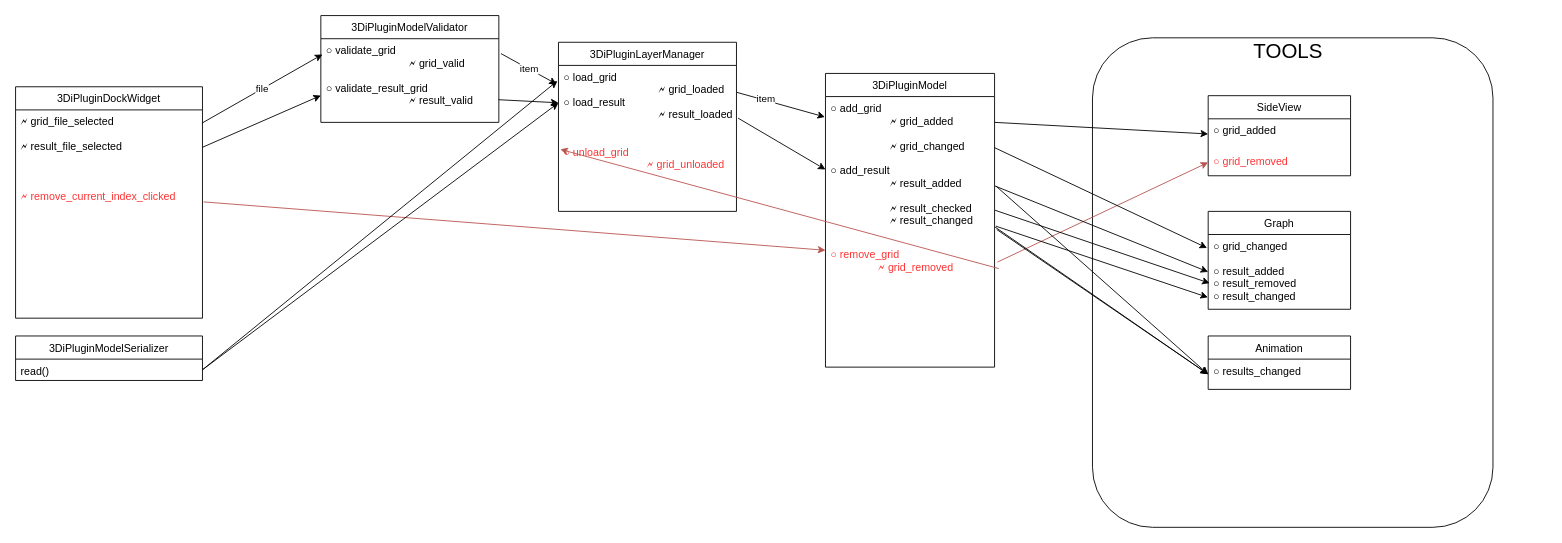
Above: doc/signals-slots.drawio in nens/threedi-results-analysis (draw.io), before the change. Source tidied: cells renumbered, new cells numbered last; positions are measured from the earlier drawing's top-left corner, leaving out a move shared by most shapes. Both pictures are drawn from the tidied source at 89%, with x=0, y=0 at pixel (15, 15).
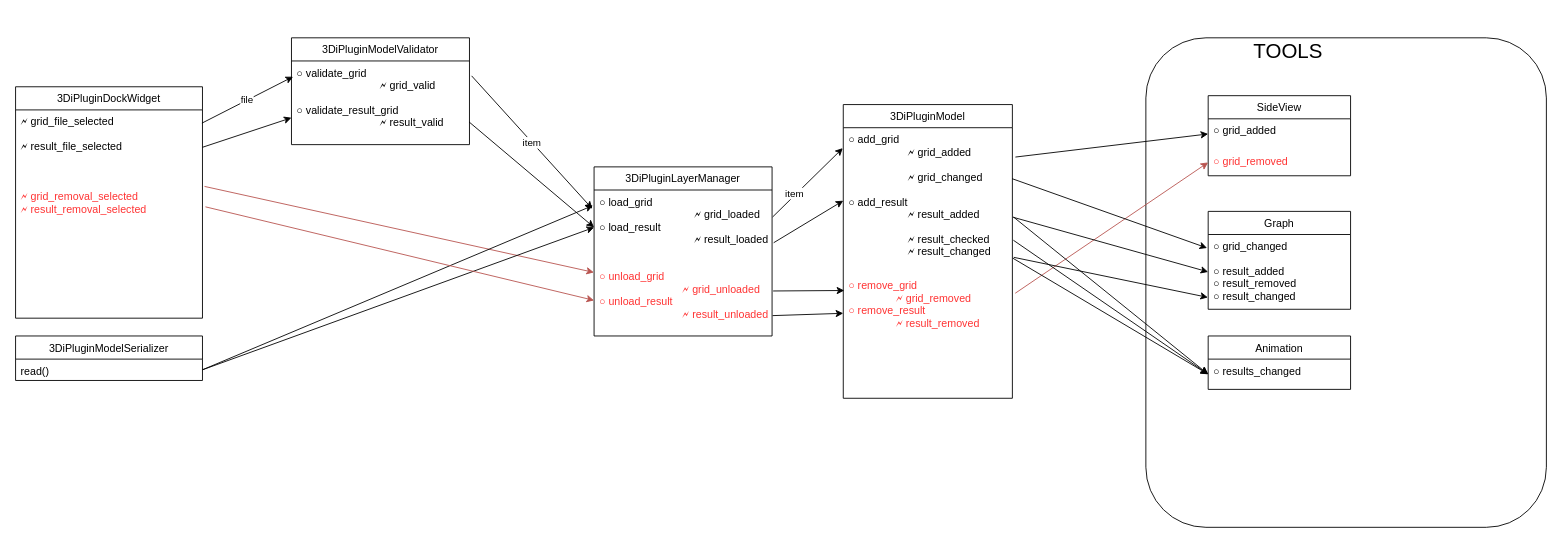
The same diagram, later.

Commit message (it also covers changes not shown here):
Changed removal order of signals (gui->loader->model)

Unchanged cells that the change refers to:
```xml
<mxCell id="3" value="3DiPluginDockWidget" style="swimlane;fontStyle=0;horizontal=1;startSize=26;fillColor=none;" parent="1" vertex="1">
  <mxGeometry y="80" width="210" height="260" as="geometry" />
</mxCell>
<mxCell id="7" value="○ add_grid&#10;                    🗲 grid_added&#10;&#10;                    🗲 grid_changed&#10;&#10;○ add_result&#10;                    🗲 result_added&#10;&#10;                    🗲 result_checked&#10;                    🗲 result_changed&#10;" style="text;strokeColor=none;fillColor=none;align=left;verticalAlign=top;spacingLeft=4;spacingRight=4;overflow=hidden;points=[[0,0.5],[1,0.5]];portConstraint=eastwest;" parent="6" vertex="1">
  <mxGeometry y="26" width="190" height="164" as="geometry" />
</mxCell>
<mxCell id="19" value="○ grid_added&#10;                    " style="text;strokeColor=none;fillColor=none;align=left;verticalAlign=top;spacingLeft=4;spacingRight=4;overflow=hidden;points=[[0,0.5],[1,0.5]];portConstraint=eastwest;" parent="18" vertex="1">
  <mxGeometry y="26" width="160" height="34" as="geometry" />
</mxCell>
<mxCell id="25" value="○ grid_changed&#10;&#10;○ result_added&#10;○ result_removed&#10;○ result_changed&#10;&#10;                    " style="text;strokeColor=none;fillColor=none;align=left;verticalAlign=top;spacingLeft=4;spacingRight=4;overflow=hidden;points=[[0,0.5],[1,0.5]];portConstraint=eastwest;" parent="24" vertex="1">
  <mxGeometry y="26" width="160" height="84" as="geometry" />
</mxCell>
<mxCell id="37" value="○ results_changed&#10;                   " style="text;strokeColor=none;fillColor=none;align=left;verticalAlign=top;spacingLeft=4;spacingRight=4;overflow=hidden;points=[[0,0.5],[1,0.5]];portConstraint=eastwest;" parent="36" vertex="1">
  <mxGeometry y="26" width="160" height="34" as="geometry" />
</mxCell>
```

Change to the diagram source:
```diff
@@
     <mxCell id="2" style="rounded=1;whiteSpace=wrap;html=1;" parent="1" vertex="1">
-      <mxGeometry x="1210" y="25" width="450" height="550" as="geometry" />
+      <mxGeometry x="1270" y="25" width="450" height="550" as="geometry" />
     </mxCell>
@@
-    <mxCell id="5" value="🗲 remove_current_index_clicked" style="text;strokeColor=none;fillColor=none;align=left;verticalAlign=top;spacingLeft=4;spacingRight=4;overflow=hidden;points=[[0,0.5],[1,0.5]];portConstraint=eastwest;fontColor=#FF3333;" parent="3" vertex="1">
+    <mxCell id="5" value="🗲 grid_removal_selected&#10;🗲 result_removal_selected" style="text;strokeColor=none;fillColor=none;align=left;verticalAlign=top;spacingLeft=4;spacingRight=4;overflow=hidden;points=[[0,0.5],[1,0.5]];portConstraint=eastwest;fontColor=#FF3333;" parent="3" vertex="1">
       <mxGeometry y="110" width="210" height="150" as="geometry" />
     </mxCell>
     <mxCell id="6" value="3DiPluginModel" style="swimlane;fontStyle=0;horizontal=1;startSize=26;fillColor=none;" parent="1" vertex="1">
-      <mxGeometry x="910" y="65" width="190" height="330" as="geometry" />
+      <mxGeometry x="930" y="100" width="190" height="330" as="geometry" />
     </mxCell>
@@
-    <mxCell id="8" value="○ remove_grid&#10;                🗲 grid_removed" style="text;strokeColor=none;fillColor=none;align=left;verticalAlign=top;spacingLeft=4;spacingRight=4;overflow=hidden;points=[[0,0.5],[1,0.5]];portConstraint=eastwest;fontColor=#FF3333;" parent="6" vertex="1">
+    <mxCell id="8" value="○ remove_grid&#10;                🗲 grid_removed&#10;○ remove_result&#10;                🗲 result_removed" style="text;strokeColor=none;fillColor=none;align=left;verticalAlign=top;spacingLeft=4;spacingRight=4;overflow=hidden;points=[[0,0.5],[1,0.5]];portConstraint=eastwest;fontColor=#FF3333;" parent="6" vertex="1">
       <mxGeometry y="190" width="190" height="140" as="geometry" />
     </mxCell>
     <mxCell id="9" value="3DiPluginLayerManager" style="swimlane;fontStyle=0;horizontal=1;startSize=26;fillColor=none;" parent="1" vertex="1">
-      <mxGeometry x="610" y="30" width="200" height="190" as="geometry" />
+      <mxGeometry x="650" y="170" width="200" height="190" as="geometry" />
     </mxCell>
@@
-    <mxCell id="11" value="○ unload_grid&#10;                            🗲 grid_unloaded" style="text;strokeColor=none;fillColor=none;align=left;verticalAlign=top;spacingLeft=4;spacingRight=4;overflow=hidden;points=[[0,0.5],[1,0.5]];portConstraint=eastwest;fontColor=#FF3333;" parent="9" vertex="1">
+    <mxCell id="11" value="○ unload_grid&#10;                            🗲 grid_unloaded&#10;○ unload_result&#10;                            🗲 result_unloaded" style="text;strokeColor=none;fillColor=none;align=left;verticalAlign=top;spacingLeft=4;spacingRight=4;overflow=hidden;points=[[0,0.5],[1,0.5]];portConstraint=eastwest;fontColor=#FF3333;" parent="9" vertex="1">
       <mxGeometry y="110" width="200" height="80" as="geometry" />
     </mxCell>
     <mxCell id="12" value="3DiPluginModelValidator" style="swimlane;fontStyle=0;horizontal=1;startSize=26;fillColor=none;" parent="1" vertex="1">
-      <mxGeometry x="343" width="200" height="120" as="geometry" />
+      <mxGeometry x="310" y="25" width="200" height="120" as="geometry" />
     </mxCell>
@@
-    <mxCell id="22" style="endArrow=classic;html=1;rounded=0;fontSize=23;entryX=0;entryY=0.5;entryDx=0;entryDy=0;" parent="1" edge="1" target="19">
-      <mxGeometry relative="1" as="geometry">
-        <mxPoint x="1100" y="120" as="sourcePoint" />
-      </mxGeometry>
+    <mxCell id="22" style="endArrow=classic;html=1;rounded=0;fontSize=23;entryX=0;entryY=0.5;entryDx=0;entryDy=0;exitX=1.018;exitY=0.201;exitDx=0;exitDy=0;exitPerimeter=0;" parent="1" edge="1" source="7" target="19">
+      <mxGeometry relative="1" as="geometry" />
     </mxCell>
@@
-    <mxCell id="27" style="endArrow=classic;html=1;rounded=0;fontSize=23;exitX=1.006;exitY=0.129;exitDx=0;exitDy=0;entryX=0;entryY=0.062;entryDx=0;entryDy=0;entryPerimeter=0;fillColor=#f8cecc;strokeColor=#b85450;exitPerimeter=0;" parent="1" edge="1" source="5" target="8">
+    <mxCell id="27" style="endArrow=classic;html=1;rounded=0;fontSize=23;exitX=1.011;exitY=0.013;exitDx=0;exitDy=0;entryX=-0.001;entryY=0.107;entryDx=0;entryDy=0;entryPerimeter=0;fillColor=#f8cecc;strokeColor=#b85450;exitPerimeter=0;fontStyle=1;" parent="1" edge="1" source="5" target="11">
       <mxGeometry relative="1" as="geometry" />
     </mxCell>
-    <mxCell id="28" style="endArrow=classic;html=1;rounded=0;fontSize=23;exitX=1.025;exitY=0.209;exitDx=0;exitDy=0;exitPerimeter=0;entryX=0.01;entryY=0.129;entryDx=0;entryDy=0;entryPerimeter=0;fillColor=#f8cecc;strokeColor=#b85450;" parent="1" edge="1" source="8" target="11">
-      <mxGeometry relative="1" as="geometry" />
-    </mxCell>
@@
-    <mxCell id="39" style="endArrow=classic;html=1;rounded=0;fontSize=21;exitX=1.003;exitY=0.779;exitDx=0;exitDy=0;exitPerimeter=0;entryX=0.01;entryY=0.651;entryDx=0;entryDy=0;entryPerimeter=0;" parent="1" edge="1" source="7" target="25">
-      <mxGeometry relative="1" as="geometry" />
-    </mxCell>
@@
-    <mxCell id="43" style="endArrow=classic;html=1;rounded=0;fontSize=21;exitX=1.013;exitY=0.911;exitDx=0;exitDy=0;exitPerimeter=0;entryX=0;entryY=0.5;entryDx=0;entryDy=0;" parent="1" edge="1" source="7" target="37">
+    <mxCell id="43" style="endArrow=classic;html=1;rounded=0;fontSize=21;exitX=1.006;exitY=0.771;exitDx=0;exitDy=0;exitPerimeter=0;entryX=0;entryY=0.5;entryDx=0;entryDy=0;" parent="1" edge="1" source="7" target="37">
       <mxGeometry relative="1" as="geometry" />
     </mxCell>
+    <mxCell id="44" style="endArrow=classic;html=1;rounded=0;fontSize=21;exitX=1.016;exitY=0.166;exitDx=0;exitDy=0;exitPerimeter=0;entryX=0;entryY=0.5;entryDx=0;entryDy=0;fillColor=#f8cecc;strokeColor=#b85450;" parent="1" edge="1" source="5" target="11">
+      <mxGeometry relative="1" as="geometry" />
+    </mxCell>
+    <mxCell id="45" style="endArrow=classic;html=1;rounded=0;fontSize=21;exitX=1.006;exitY=0.368;exitDx=0;exitDy=0;exitPerimeter=0;entryX=0.006;entryY=0.135;entryDx=0;entryDy=0;entryPerimeter=0;" parent="1" edge="1" source="11" target="8">
+      <mxGeometry relative="1" as="geometry" />
+    </mxCell>
+    <mxCell id="46" style="endArrow=classic;html=1;rounded=0;fontSize=21;exitX=1.003;exitY=0.714;exitDx=0;exitDy=0;exitPerimeter=0;entryX=0;entryY=0.318;entryDx=0;entryDy=0;entryPerimeter=0;" parent="1" edge="1" source="11" target="8">
+      <mxGeometry relative="1" as="geometry" />
+    </mxCell>
```
